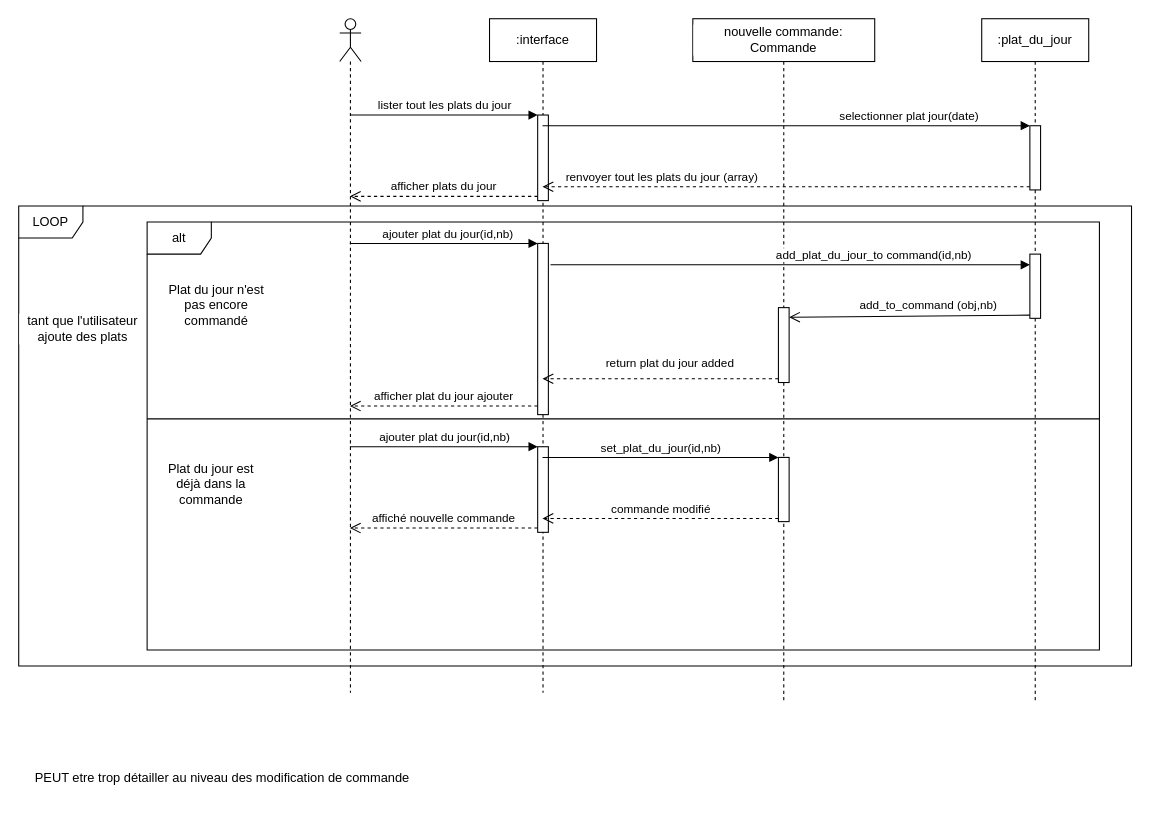
Earlier version of the draw.io diagram page "Ajout plat du jour" (3 of 4) of sequence_diagrams.drawio (sebastien-deren/projet_4). Source tidied: cells renumbered, new cells numbered last; positions are measured from the earlier drawing's top-left corner, leaving out a move shared by most shapes. Both pictures are drawn from the tidied source at 107%, with x=0, y=0 at pixel (18, 18).
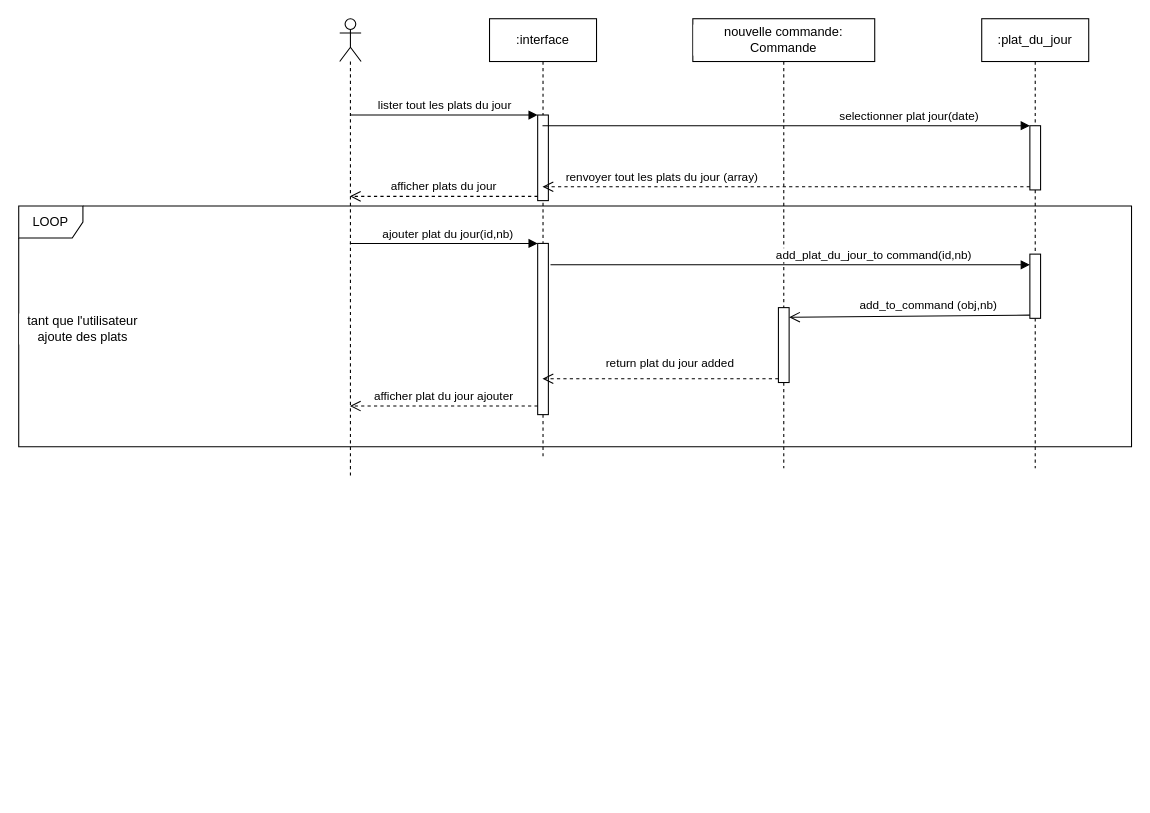
The same page after the edit.

Commit message (it also covers changes not shown here):
Mettre à jour sequence_diagrams.drawio

Diff of the diagram source:
```diff
@@
     <mxCell id="2" value="LOOP" style="shape=umlFrame;whiteSpace=wrap;html=1;labelBackgroundColor=default;" parent="1" vertex="1">
-      <mxGeometry y="175" width="1040" height="430" as="geometry" />
+      <mxGeometry y="175" width="1040" height="225" as="geometry" />
     </mxCell>
-    <mxCell id="3" value="alt" style="shape=umlFrame;whiteSpace=wrap;html=1;labelBackgroundColor=default;" parent="1" vertex="1">
-      <mxGeometry x="120" y="190" width="890" height="400" as="geometry" />
-    </mxCell>
     <mxCell id="4" style="shape=umlLifeline;participant=umlActor;perimeter=lifelinePerimeter;whiteSpace=wrap;html=1;verticalAlign=top;spacingTop=36;outlineConnect=0;labelBackgroundColor=default;" parent="1" vertex="1">
-      <mxGeometry x="300" width="20" height="630" as="geometry" />
+      <mxGeometry x="300" width="20" height="430" as="geometry" />
     </mxCell>
     <mxCell id="5" value=":interface" style="shape=umlLifeline;perimeter=lifelinePerimeter;whiteSpace=wrap;html=1;outlineConnect=0;labelBackgroundColor=default;" parent="1" vertex="1">
-      <mxGeometry x="440" width="100" height="630" as="geometry" />
+      <mxGeometry x="440" width="100" height="410" as="geometry" />
     </mxCell>
@@
-    <mxCell id="8" style="html=1;points=[];perimeter=orthogonalPerimeter;labelBackgroundColor=default;" parent="5" vertex="1">
-      <mxGeometry x="45" y="400" width="10" height="80" as="geometry" />
-    </mxCell>
     <mxCell id="9" value="nouvelle commande: Commande" style="shape=umlLifeline;perimeter=lifelinePerimeter;whiteSpace=wrap;html=1;labelBackgroundColor=default;" parent="1" vertex="1">
-      <mxGeometry x="630" width="170" height="640" as="geometry" />
+      <mxGeometry x="630" width="170" height="420" as="geometry" />
     </mxCell>
@@
-    <mxCell id="11" style="html=1;points=[];perimeter=orthogonalPerimeter;labelBackgroundColor=default;" parent="9" vertex="1">
-      <mxGeometry x="80" y="410" width="10" height="60" as="geometry" />
-    </mxCell>
     <mxCell id="12" value=":plat_du_jour" style="shape=umlLifeline;perimeter=lifelinePerimeter;whiteSpace=wrap;html=1;labelBackgroundColor=default;" parent="1" vertex="1">
-      <mxGeometry x="900" width="100" height="640" as="geometry" />
+      <mxGeometry x="900" width="100" height="420" as="geometry" />
     </mxCell>
@@
-    <mxCell id="24" value="ajouter plat du jour(id,nb)" style="html=1;verticalAlign=bottom;endArrow=block;entryX=0;entryY=0;rounded=0;" parent="1" edge="1" source="4" target="8">
-      <mxGeometry relative="1" as="geometry" />
-    </mxCell>
-    <mxCell id="25" value="affiché nouvelle commande" style="html=1;verticalAlign=bottom;endArrow=open;dashed=1;endSize=8;exitX=0;exitY=0.95;rounded=0;" parent="1" edge="1" source="8" target="4">
-      <mxGeometry relative="1" as="geometry" />
-    </mxCell>
-    <mxCell id="26" value="set_plat_du_jour(id,nb)" style="html=1;verticalAlign=bottom;endArrow=block;entryX=0;entryY=0;rounded=0;" parent="1" edge="1" source="5" target="11">
-      <mxGeometry relative="1" as="geometry" />
-    </mxCell>
-    <mxCell id="27" value="commande modifié" style="html=1;verticalAlign=bottom;endArrow=open;dashed=1;endSize=8;exitX=0;exitY=0.95;rounded=0;" parent="1" edge="1" source="11" target="5">
-      <mxGeometry relative="1" as="geometry" />
-    </mxCell>
-    <mxCell id="28" style="line;strokeWidth=1;fillColor=none;align=left;verticalAlign=middle;spacingTop=-1;spacingLeft=3;spacingRight=3;labelPosition=right;strokeColor=inherit;labelBackgroundColor=default;" parent="1" vertex="1">
-      <mxGeometry x="120" y="370" width="890" height="8" as="geometry" />
-    </mxCell>
-    <mxCell id="29" value="Plat du jour est déjà dans la commande" style="text;html=1;strokeColor=none;fillColor=none;align=center;verticalAlign=middle;whiteSpace=wrap;rounded=0;labelBackgroundColor=default;" parent="1" vertex="1">
-      <mxGeometry x="130" y="410" width="100" height="50" as="geometry" />
-    </mxCell>
-    <mxCell id="30" value="Plat du jour n'est pas encore commandé" style="text;html=1;strokeColor=none;fillColor=none;align=center;verticalAlign=middle;whiteSpace=wrap;rounded=0;labelBackgroundColor=default;" parent="1" vertex="1">
-      <mxGeometry x="130" y="240" width="110" height="55" as="geometry" />
-    </mxCell>
@@
-    <mxCell id="32" value="PEUT etre trop détailler au niveau des modification de commande" style="text;html=1;align=center;verticalAlign=middle;strokeColor=none;fillColor=none;" parent="1" vertex="1">
-      <mxGeometry x="5" y="695" width="370" height="30" as="geometry" />
-    </mxCell>
```
